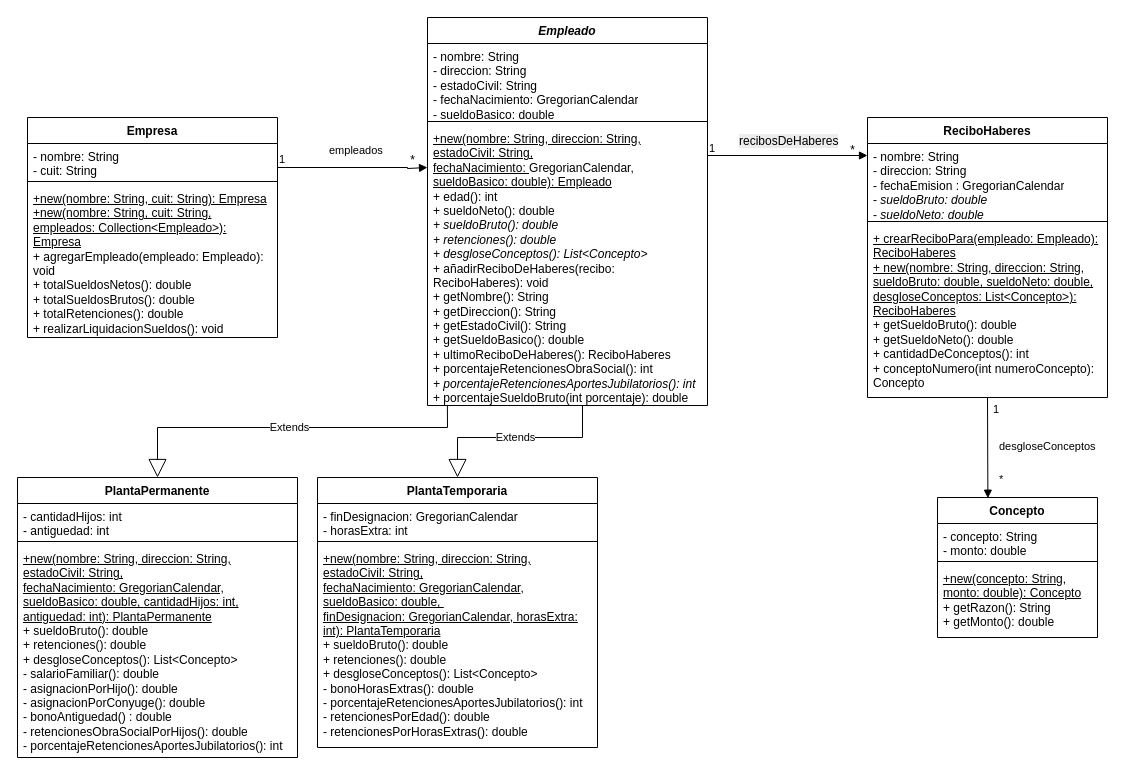
Earlier version of the draw.io diagram tp2/diagrama1.drawio (franngo/programacionConObjetos2). Source tidied: cells renumbered, new cells numbered last; positions are measured from the earlier drawing's top-left corner, leaving out a move shared by most shapes. Both pictures are drawn from the tidied source at 100%, with x=0, y=0 at pixel (17, 17).
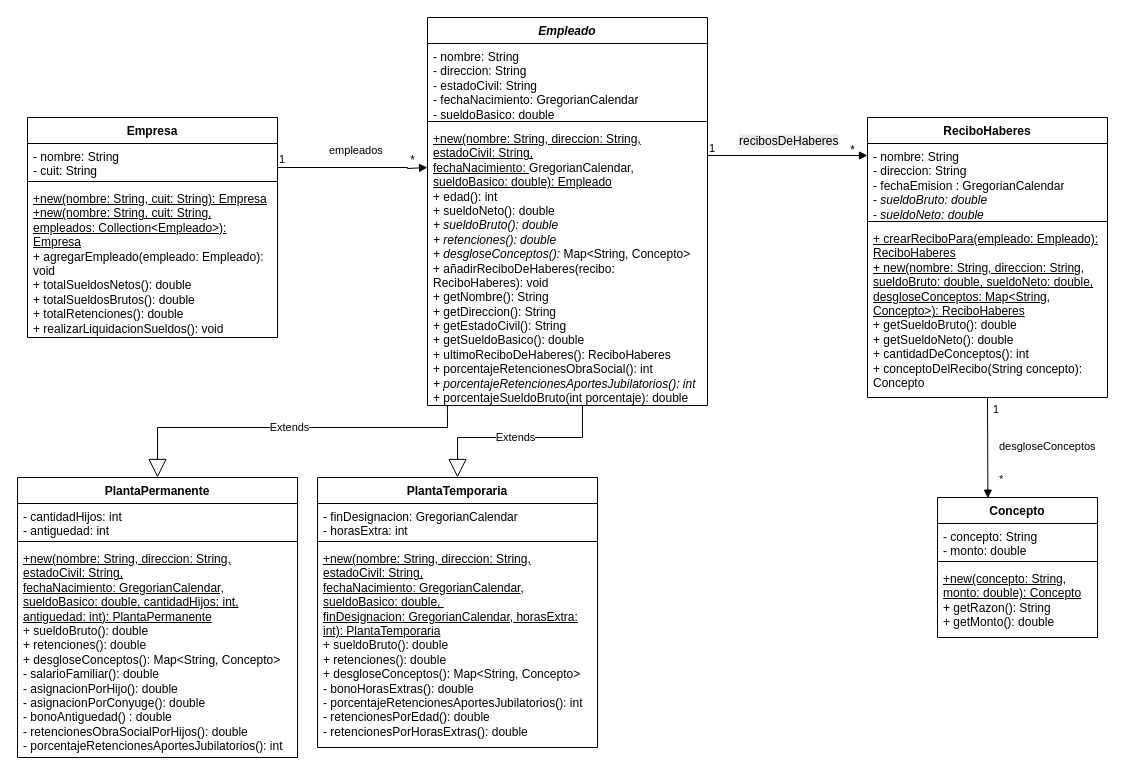
The same diagram, later.

Unchanged cells that the change refers to:
```xml
<mxCell id="6" value="&lt;i&gt;Empleado&lt;/i&gt;" style="swimlane;fontStyle=1;align=center;verticalAlign=top;horizontal=1;startSize=26;whiteSpace=wrap;html=1;" parent="1" vertex="1">
  <mxGeometry x="410" width="280" height="388" as="geometry" />
</mxCell>
<mxCell id="13" value="PlantaPermanente" style="swimlane;fontStyle=1;align=center;verticalAlign=top;horizontal=1;startSize=26;whiteSpace=wrap;html=1;" parent="1" vertex="1">
  <mxGeometry y="460" width="280" height="280" as="geometry" />
</mxCell>
<mxCell id="19" value="PlantaTemporaria" style="swimlane;fontStyle=1;align=center;verticalAlign=top;horizontal=1;startSize=26;whiteSpace=wrap;html=1;" parent="1" vertex="1">
  <mxGeometry x="300" y="460" width="280" height="270" as="geometry" />
</mxCell>
<mxCell id="23" value="ReciboHaberes" style="swimlane;fontStyle=1;align=center;verticalAlign=top;horizontal=1;startSize=26;whiteSpace=wrap;html=1;" parent="1" vertex="1">
  <mxGeometry x="850" y="100" width="240" height="280" as="geometry" />
</mxCell>
```

Diff of the diagram source:
```diff
@@
-    <mxCell id="9" value="&lt;u&gt;+new(nombre: String, direccion: String, estadoCivil: String, fechaNacimiento:&amp;nbsp;&lt;/u&gt;GregorianCalendar&lt;u&gt;, sueldoBasico: double): Empleado&lt;/u&gt;&lt;br&gt;+ edad(): int&lt;br&gt;+ sueldoNeto()&lt;span style=&quot;color: light-dark(rgb(0, 0, 0), rgb(255, 255, 255)); background-color: transparent;&quot;&gt;: double&lt;/span&gt;&lt;br&gt;&lt;div&gt;&lt;i&gt;+ sueldoBruto(): double&lt;br&gt;+ retenciones()&lt;span style=&quot;background-color: transparent; color: light-dark(rgb(0, 0, 0), rgb(255, 255, 255));&quot;&gt;: double&lt;/span&gt;&lt;/i&gt;&lt;/div&gt;&lt;div&gt;&lt;span style=&quot;background-color: transparent; color: light-dark(rgb(0, 0, 0), rgb(255, 255, 255));&quot;&gt;&lt;i&gt;+ desgloseConceptos(): List&amp;lt;Concepto&amp;gt;&lt;br&gt;&lt;/i&gt;&lt;/span&gt;+ añadirReciboDeHaberes(recibo: ReciboHaberes): void&lt;br&gt;+ getNombre(): String&lt;/div&gt;&lt;div&gt;+ getDireccion(): String&lt;/div&gt;&lt;div&gt;+ getEstadoCivil(): String&lt;br&gt;+ getSueldoBasico(): double&lt;/div&gt;&lt;div&gt;+ ultimoReciboDeHaberes(): ReciboHaberes&lt;/div&gt;&lt;div&gt;+ porcentajeRetencionesObraSocial(): int&lt;br&gt;&lt;i&gt;+ porcentajeRetencionesAportesJubilatorios(): int&lt;br&gt;&lt;/i&gt;+ porcentajeSueldoBruto(int porcentaje): double&lt;i&gt;&lt;/i&gt;&lt;/div&gt;" style="text;strokeColor=none;fillColor=none;align=left;verticalAlign=top;spacingLeft=4;spacingRight=4;overflow=hidden;points=[[0,0.5],[1,0.5]];portConstraint=eastwest;whiteSpace=wrap;html=1;" parent="6" vertex="1">
+    <mxCell id="9" value="&lt;u&gt;+new(nombre: String, direccion: String, estadoCivil: String, fechaNacimiento:&amp;nbsp;&lt;/u&gt;GregorianCalendar&lt;u&gt;, sueldoBasico: double): Empleado&lt;/u&gt;&lt;br&gt;+ edad(): int&lt;br&gt;+ sueldoNeto()&lt;span style=&quot;color: light-dark(rgb(0, 0, 0), rgb(255, 255, 255)); background-color: transparent;&quot;&gt;: double&lt;/span&gt;&lt;br&gt;&lt;div&gt;&lt;i&gt;+ sueldoBruto(): double&lt;br&gt;+ retenciones()&lt;span style=&quot;background-color: transparent; color: light-dark(rgb(0, 0, 0), rgb(255, 255, 255));&quot;&gt;: double&lt;/span&gt;&lt;/i&gt;&lt;/div&gt;&lt;div&gt;&lt;span style=&quot;background-color: transparent; color: light-dark(rgb(0, 0, 0), rgb(255, 255, 255));&quot;&gt;&lt;i&gt;+ desgloseConceptos():&amp;nbsp;&lt;/i&gt;&lt;/span&gt;Map&amp;lt;String, Concepto&amp;gt;&lt;/div&gt;&lt;div&gt;+ añadirReciboDeHaberes(recibo: ReciboHaberes): void&lt;br&gt;+ getNombre(): String&lt;/div&gt;&lt;div&gt;+ getDireccion(): String&lt;/div&gt;&lt;div&gt;+ getEstadoCivil(): String&lt;br&gt;+ getSueldoBasico(): double&lt;/div&gt;&lt;div&gt;+ ultimoReciboDeHaberes(): ReciboHaberes&lt;/div&gt;&lt;div&gt;+ porcentajeRetencionesObraSocial(): int&lt;br&gt;&lt;i&gt;+ porcentajeRetencionesAportesJubilatorios(): int&lt;br&gt;&lt;/i&gt;+ porcentajeSueldoBruto(int porcentaje): double&lt;i&gt;&lt;/i&gt;&lt;/div&gt;" style="text;strokeColor=none;fillColor=none;align=left;verticalAlign=top;spacingLeft=4;spacingRight=4;overflow=hidden;points=[[0,0.5],[1,0.5]];portConstraint=eastwest;whiteSpace=wrap;html=1;" parent="6" vertex="1">
       <mxGeometry y="108" width="280" height="280" as="geometry" />
     </mxCell>
@@
-    <mxCell id="16" value="&lt;u&gt;+new(&lt;/u&gt;&lt;u&gt;nombre: String, direccion: String, estadoCivil: String, fechaNacimiento:&amp;nbsp;GregorianCalendar, sueldoBasico: double,&amp;nbsp;&lt;/u&gt;&lt;u&gt;cantidadHijos: int, antiguedad: int): PlantaPermanente&lt;/u&gt;&lt;br&gt;+ sueldoBruto(): double&lt;br&gt;+ retenciones()&lt;span style=&quot;color: light-dark(rgb(0, 0, 0), rgb(255, 255, 255)); background-color: transparent;&quot;&gt;: double&lt;br&gt;&lt;/span&gt;+ desgloseConceptos(): List&amp;lt;Concepto&amp;gt;&lt;span style=&quot;color: light-dark(rgb(0, 0, 0), rgb(255, 255, 255)); background-color: transparent;&quot;&gt;&lt;br&gt;- salarioFamiliar(): double&lt;br&gt;- asignacionPorHijo(): double&lt;/span&gt;&lt;div&gt;&lt;span style=&quot;color: light-dark(rgb(0, 0, 0), rgb(255, 255, 255)); background-color: transparent;&quot;&gt;- asignacionPorConyuge(): double&lt;/span&gt;&lt;/div&gt;&lt;div&gt;&lt;span style=&quot;color: light-dark(rgb(0, 0, 0), rgb(255, 255, 255)); background-color: transparent;&quot;&gt;- bonoAntiguedad() : double&lt;br&gt;- retencionesObraSocialPorHijos(): double&lt;br&gt;&lt;/span&gt;- porcentajeRetencionesAportesJubilatorios(): int&lt;span style=&quot;color: light-dark(rgb(0, 0, 0), rgb(255, 255, 255)); background-color: transparent;&quot;&gt;&lt;/span&gt;&lt;/div&gt;" style="text;strokeColor=none;fillColor=none;align=left;verticalAlign=top;spacingLeft=4;spacingRight=4;overflow=hidden;whiteSpace=wrap;html=1;" parent="13" vertex="1">
+    <mxCell id="16" value="&lt;u&gt;+new(&lt;/u&gt;&lt;u&gt;nombre: String, direccion: String, estadoCivil: String, fechaNacimiento:&amp;nbsp;GregorianCalendar, sueldoBasico: double,&amp;nbsp;&lt;/u&gt;&lt;u&gt;cantidadHijos: int, antiguedad: int): PlantaPermanente&lt;/u&gt;&lt;br&gt;+ sueldoBruto(): double&lt;br&gt;+ retenciones()&lt;span style=&quot;color: light-dark(rgb(0, 0, 0), rgb(255, 255, 255)); background-color: transparent;&quot;&gt;: double&lt;br&gt;&lt;/span&gt;+ desgloseConceptos(): Map&amp;lt;String, Concepto&amp;gt;&lt;span style=&quot;color: light-dark(rgb(0, 0, 0), rgb(255, 255, 255)); background-color: transparent;&quot;&gt;&lt;br&gt;- salarioFamiliar(): double&lt;br&gt;- asignacionPorHijo(): double&lt;/span&gt;&lt;div&gt;&lt;span style=&quot;color: light-dark(rgb(0, 0, 0), rgb(255, 255, 255)); background-color: transparent;&quot;&gt;- asignacionPorConyuge(): double&lt;/span&gt;&lt;/div&gt;&lt;div&gt;&lt;span style=&quot;color: light-dark(rgb(0, 0, 0), rgb(255, 255, 255)); background-color: transparent;&quot;&gt;- bonoAntiguedad() : double&lt;br&gt;- retencionesObraSocialPorHijos(): double&lt;br&gt;&lt;/span&gt;- porcentajeRetencionesAportesJubilatorios(): int&lt;span style=&quot;color: light-dark(rgb(0, 0, 0), rgb(255, 255, 255)); background-color: transparent;&quot;&gt;&lt;/span&gt;&lt;/div&gt;" style="text;strokeColor=none;fillColor=none;align=left;verticalAlign=top;spacingLeft=4;spacingRight=4;overflow=hidden;whiteSpace=wrap;html=1;" parent="13" vertex="1">
       <mxGeometry y="68" width="280" height="212" as="geometry" />
     </mxCell>
@@
-    <mxCell id="22" value="&lt;div&gt;&lt;u&gt;+new(&lt;/u&gt;&lt;u style=&quot;background-color: transparent; color: light-dark(rgb(0, 0, 0), rgb(255, 255, 255));&quot;&gt;nombre: String, direccion: String, estadoCivil: String, fechaNacimiento:&amp;nbsp;&lt;/u&gt;&lt;span style=&quot;background-color: transparent; color: light-dark(rgb(0, 0, 0), rgb(255, 255, 255));&quot;&gt;&lt;u&gt;GregorianCalendar&lt;/u&gt;&lt;/span&gt;&lt;u style=&quot;background-color: transparent; color: light-dark(rgb(0, 0, 0), rgb(255, 255, 255));&quot;&gt;, sueldoBasico: double,&amp;nbsp;&lt;/u&gt;&lt;/div&gt;&lt;div&gt;&lt;u style=&quot;background-color: transparent; color: light-dark(rgb(0, 0, 0), rgb(255, 255, 255));&quot;&gt;finDesignacion:&amp;nbsp;GregorianCalendar, horasExtra: int): PlantaTemporaria&lt;/u&gt;&lt;/div&gt;+ sueldoBruto(): double&lt;br&gt;+ retenciones()&lt;span style=&quot;color: light-dark(rgb(0, 0, 0), rgb(255, 255, 255)); background-color: transparent;&quot;&gt;: double&lt;br&gt;&lt;/span&gt;+ desgloseConceptos(): List&amp;lt;Concepto&amp;gt;&lt;span style=&quot;color: light-dark(rgb(0, 0, 0), rgb(255, 255, 255)); background-color: transparent;&quot;&gt;&lt;br&gt;- bonoHorasExtras(): double&lt;br&gt;&lt;/span&gt;- porcentajeRetencionesAportesJubilatorios(): int&lt;span style=&quot;color: light-dark(rgb(0, 0, 0), rgb(255, 255, 255)); background-color: transparent;&quot;&gt;&amp;nbsp;&lt;br&gt;- retencionesPorEdad(): double&lt;br&gt;&lt;/span&gt;- retencionesPorHorasExtras(): double&lt;span style=&quot;color: light-dark(rgb(0, 0, 0), rgb(255, 255, 255)); background-color: transparent;&quot;&gt;&lt;/span&gt;" style="text;strokeColor=none;fillColor=none;align=left;verticalAlign=top;spacingLeft=4;spacingRight=4;overflow=hidden;whiteSpace=wrap;html=1;" parent="19" vertex="1">
+    <mxCell id="22" value="&lt;div&gt;&lt;u&gt;+new(&lt;/u&gt;&lt;u style=&quot;background-color: transparent; color: light-dark(rgb(0, 0, 0), rgb(255, 255, 255));&quot;&gt;nombre: String, direccion: String, estadoCivil: String, fechaNacimiento:&amp;nbsp;&lt;/u&gt;&lt;span style=&quot;background-color: transparent; color: light-dark(rgb(0, 0, 0), rgb(255, 255, 255));&quot;&gt;&lt;u&gt;GregorianCalendar&lt;/u&gt;&lt;/span&gt;&lt;u style=&quot;background-color: transparent; color: light-dark(rgb(0, 0, 0), rgb(255, 255, 255));&quot;&gt;, sueldoBasico: double,&amp;nbsp;&lt;/u&gt;&lt;/div&gt;&lt;div&gt;&lt;u style=&quot;background-color: transparent; color: light-dark(rgb(0, 0, 0), rgb(255, 255, 255));&quot;&gt;finDesignacion:&amp;nbsp;GregorianCalendar, horasExtra: int): PlantaTemporaria&lt;/u&gt;&lt;/div&gt;+ sueldoBruto(): double&lt;br&gt;+ retenciones()&lt;span style=&quot;color: light-dark(rgb(0, 0, 0), rgb(255, 255, 255)); background-color: transparent;&quot;&gt;: double&lt;br&gt;&lt;/span&gt;+ desgloseConceptos(): Map&amp;lt;String, Concepto&amp;gt;&lt;span style=&quot;color: light-dark(rgb(0, 0, 0), rgb(255, 255, 255)); background-color: transparent;&quot;&gt;&lt;br&gt;- bonoHorasExtras(): double&lt;br&gt;&lt;/span&gt;- porcentajeRetencionesAportesJubilatorios(): int&lt;span style=&quot;color: light-dark(rgb(0, 0, 0), rgb(255, 255, 255)); background-color: transparent;&quot;&gt;&amp;nbsp;&lt;br&gt;- retencionesPorEdad(): double&lt;br&gt;&lt;/span&gt;- retencionesPorHorasExtras(): double&lt;span style=&quot;color: light-dark(rgb(0, 0, 0), rgb(255, 255, 255)); background-color: transparent;&quot;&gt;&lt;/span&gt;" style="text;strokeColor=none;fillColor=none;align=left;verticalAlign=top;spacingLeft=4;spacingRight=4;overflow=hidden;whiteSpace=wrap;html=1;" parent="19" vertex="1">
       <mxGeometry y="68" width="280" height="202" as="geometry" />
     </mxCell>
@@
-    <mxCell id="26" value="&lt;u&gt;+ crearReciboPara(empleado: Empleado): ReciboHaberes&lt;/u&gt;&lt;br&gt;&lt;u&gt;+ new(nombre: String, direccion: String, sueldoBruto: double, sueldoNeto: double, desgloseConceptos: List&amp;lt;Concepto&amp;gt;): ReciboHaberes&lt;/u&gt;&lt;br&gt;+ getSueldoBruto(): double&lt;br&gt;+ getSueldoNeto(): double&lt;div&gt;+ cantidadDeConceptos(): int&lt;br&gt;+ conceptoNumero(int numeroConcepto): Concepto&lt;/div&gt;" style="text;strokeColor=none;fillColor=none;align=left;verticalAlign=top;spacingLeft=4;spacingRight=4;overflow=hidden;whiteSpace=wrap;html=1;" parent="23" vertex="1">
+    <mxCell id="26" value="&lt;u&gt;+ crearReciboPara(empleado: Empleado): ReciboHaberes&lt;/u&gt;&lt;br&gt;&lt;u&gt;+ new(nombre: String, direccion: String, sueldoBruto: double, sueldoNeto: double, desgloseConceptos:&amp;nbsp;Map&amp;lt;String, Concepto&amp;gt;): ReciboHaberes&lt;/u&gt;&lt;br&gt;+ getSueldoBruto(): double&lt;br&gt;+ getSueldoNeto(): double&lt;div&gt;+ cantidadDeConceptos(): int&lt;br&gt;+ conceptoDelRecibo(String concepto): Concepto&lt;/div&gt;" style="text;strokeColor=none;fillColor=none;align=left;verticalAlign=top;spacingLeft=4;spacingRight=4;overflow=hidden;whiteSpace=wrap;html=1;" parent="23" vertex="1">
       <mxGeometry y="108" width="240" height="172" as="geometry" />
     </mxCell>
```
